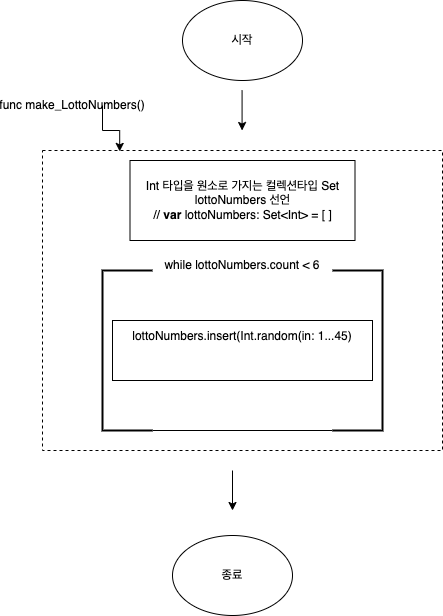
The draw.io diagram Flow charts/Week2_Step1.png in yagom-academy/swift-starter-Round2, before a commit. Source tidied: cells renumbered, new cells last; positions are measured from the earlier drawing's top-left corner, leaving out a move shared by most shapes. Source of this version:
```xml
<mxGraphModel>
  <root>
    <mxCell id="0" />
    <mxCell id="1" parent="0" />
    <mxCell id="2" style="rounded=0;whiteSpace=wrap;html=1;dashed=1;" parent="1" vertex="1">
      <mxGeometry y="150" width="400" height="300" as="geometry" />
    </mxCell>
    <mxCell id="3" style="edgeStyle=orthogonalEdgeStyle;rounded=0;jettySize=auto;html=1;exitX=1;exitY=0.5;exitDx=0;exitDy=0;entryX=0.193;entryY=0.003;entryDx=0;entryDy=0;entryPerimeter=0;" parent="1" edge="1" source="4" target="2">
      <mxGeometry relative="1" as="geometry">
        <Array as="points">
          <mxPoint x="60" y="130" />
          <mxPoint x="77" y="130" />
        </Array>
      </mxGeometry>
    </mxCell>
    <mxCell id="4" value="func&amp;nbsp;make_LottoNumbers()" style="text;html=1;strokeColor=none;fillColor=none;align=center;verticalAlign=middle;whiteSpace=wrap;rounded=0;" parent="1" vertex="1">
      <mxGeometry y="90" width="60" height="30" as="geometry" />
    </mxCell>
    <mxCell id="5" value="Int 타입을 원소로 가지는 컬렉션타입 Set &lt;br&gt;lottoNumbers 선언&lt;br&gt;//&amp;nbsp;&lt;b&gt;var&amp;nbsp;&lt;/b&gt;lottoNumbers: Set&amp;lt;Int&amp;gt; = [ ]" style="rounded=0;whiteSpace=wrap;html=1;" parent="1" vertex="1">
      <mxGeometry x="87.5" y="160" width="225" height="80" as="geometry" />
    </mxCell>
    <mxCell id="6" style="strokeWidth=2;html=1;shape=mxgraph.flowchart.annotation_1;align=left;" parent="1" vertex="1">
      <mxGeometry x="60" y="270" width="50" height="160" as="geometry" />
    </mxCell>
    <mxCell id="7" value="while lottoNumbers.count &amp;lt; 6" style="text;html=1;strokeColor=none;fillColor=none;align=center;verticalAlign=middle;whiteSpace=wrap;rounded=0;" parent="1" vertex="1">
      <mxGeometry x="110" y="250" width="180" height="30" as="geometry" />
    </mxCell>
    <mxCell id="8" style="strokeWidth=2;html=1;shape=mxgraph.flowchart.annotation_1;align=left;rotation=-180;" parent="1" vertex="1">
      <mxGeometry x="290" y="270" width="50" height="160" as="geometry" />
    </mxCell>
    <mxCell id="9" value="&#10;lottoNumbers.&lt;span class=&quot;s1&quot;&gt;insert&lt;/span&gt;(&lt;span class=&quot;s1&quot;&gt;Int&lt;/span&gt;.&lt;span class=&quot;s1&quot;&gt;random&lt;/span&gt;(&lt;span class=&quot;s1&quot;&gt;in&lt;/span&gt;: &lt;span class=&quot;s2&quot;&gt;1&lt;/span&gt;...&lt;span class=&quot;s2&quot;&gt;45&lt;/span&gt;)&#10;&#10;&#10;" style="rounded=0;whiteSpace=wrap;html=1;" parent="1" vertex="1">
      <mxGeometry x="70" y="320" width="260" height="60" as="geometry" />
    </mxCell>
    <mxCell id="10" style="endArrow=none;html=1;rounded=0;entryX=1;entryY=0;entryDx=0;entryDy=0;entryPerimeter=0;" parent="1" edge="1" target="8">
      <mxGeometry relative="1" as="geometry">
        <mxPoint x="110" y="430" as="sourcePoint" />
      </mxGeometry>
    </mxCell>
    <mxCell id="11" value="시작" style="ellipse;whiteSpace=wrap;html=1;" parent="1" vertex="1">
      <mxGeometry x="140" width="120" height="80" as="geometry" />
    </mxCell>
    <mxCell id="12" style="endArrow=classic;html=1;rounded=0;" parent="1" edge="1">
      <mxGeometry relative="1" as="geometry">
        <mxPoint x="199.6" y="90" as="sourcePoint" />
        <mxPoint x="199.6" y="130" as="targetPoint" />
      </mxGeometry>
    </mxCell>
    <mxCell id="13" style="endArrow=classic;html=1;rounded=0;" parent="1" edge="1">
      <mxGeometry relative="1" as="geometry">
        <mxPoint x="190" y="470" as="sourcePoint" />
        <mxPoint x="190" y="510" as="targetPoint" />
      </mxGeometry>
    </mxCell>
    <mxCell id="14" value="종료" style="ellipse;whiteSpace=wrap;html=1;" parent="1" vertex="1">
      <mxGeometry x="130" y="535" width="120" height="80" as="geometry" />
    </mxCell>
  </root>
</mxGraphModel>
```
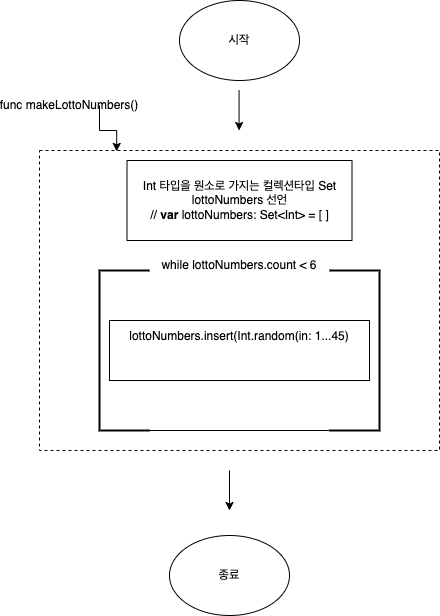
After the commit.

Commit message:
♻️ refactor: 순서도 수정

Diff of the diagram source:
```diff
@@ -13,7 +13,7 @@
         </Array>
       </mxGeometry>
     </mxCell>
-    <mxCell id="4" value="func&amp;nbsp;make_LottoNumbers()" style="text;html=1;strokeColor=none;fillColor=none;align=center;verticalAlign=middle;whiteSpace=wrap;rounded=0;" parent="1" vertex="1">
+    <mxCell id="4" value="func&amp;nbsp;makeLottoNumbers()" style="text;html=1;strokeColor=none;fillColor=none;align=center;verticalAlign=middle;whiteSpace=wrap;rounded=0;" parent="1" vertex="1">
       <mxGeometry y="90" width="60" height="30" as="geometry" />
     </mxCell>
     <mxCell id="5" value="Int 타입을 원소로 가지는 컬렉션타입 Set &lt;br&gt;lottoNumbers 선언&lt;br&gt;//&amp;nbsp;&lt;b&gt;var&amp;nbsp;&lt;/b&gt;lottoNumbers: Set&amp;lt;Int&amp;gt; = [ ]" style="rounded=0;whiteSpace=wrap;html=1;" parent="1" vertex="1">
```
